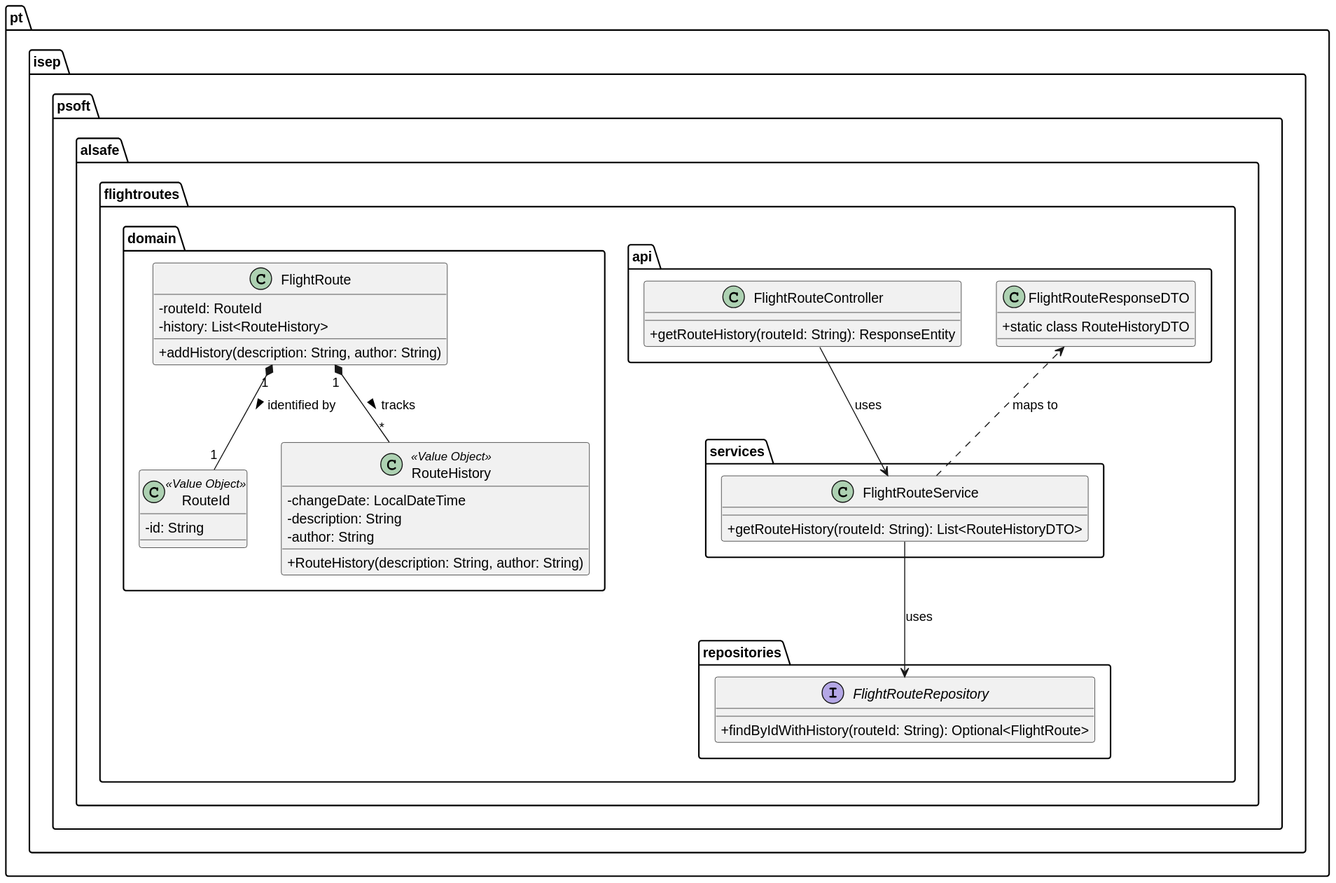
This is docs/use-cases/WP#3A/US111/svg/US111-CD.svg from Andre-1240567/psoft2026_2DB_1240567_1241013_1240624, a PlantUML export, as it was before one commit.
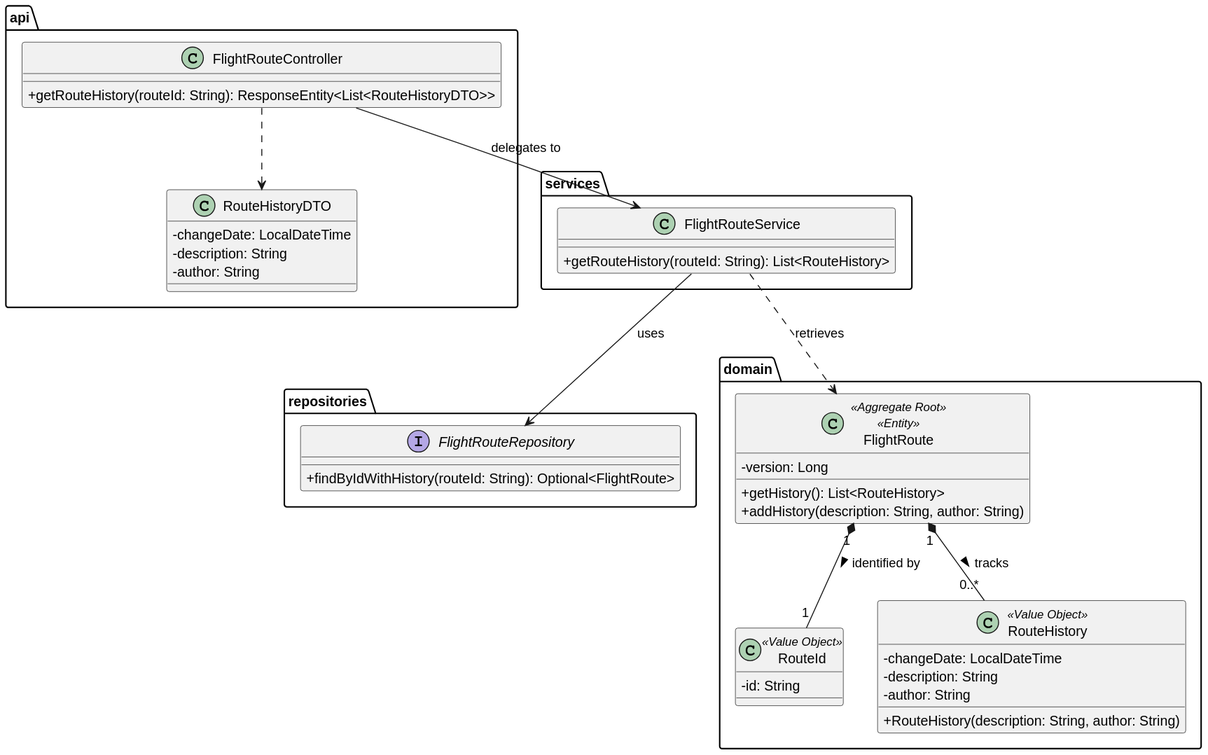
Later version of the same file.

The edit, as a diff of the source:
```diff
@@ -1,31 +1,33 @@
 @startuml
 skinparam classAttributeIconSize 0
 
-package "pt.isep.psoft.alsafe.flightroutes.api" {
+package "api" {
     class FlightRouteController {
-        + getRouteHistory(routeId: String): ResponseEntity
+        + getRouteHistory(routeId: String): ResponseEntity<List<RouteHistoryDTO>>
     }
-    class FlightRouteResponseDTO {
-        + static class RouteHistoryDTO
+    class RouteHistoryDTO {
+        - changeDate: LocalDateTime
+        - description: String
+        - author: String
     }
 }
 
-package "pt.isep.psoft.alsafe.flightroutes.services" {
+package "services" {
     class FlightRouteService {
-        + getRouteHistory(routeId: String): List<RouteHistoryDTO>
+        + getRouteHistory(routeId: String): List<RouteHistory>
     }
 }
 
-package "pt.isep.psoft.alsafe.flightroutes.repositories" {
+package "repositories" {
     interface FlightRouteRepository {
         + findByIdWithHistory(routeId: String): Optional<FlightRoute>
     }
 }
 
-package "pt.isep.psoft.alsafe.flightroutes.domain" {
-    class FlightRoute {
-        - routeId: RouteId
-        - history: List<RouteHistory>
+package "domain" {
+    class FlightRoute <<Aggregate Root>> <<Entity>> {
+        - version: Long
+        + getHistory(): List<RouteHistory>
         + addHistory(description: String, author: String)
     }
 
@@ -41,9 +43,10 @@
     }
 }
 
-FlightRouteController --> FlightRouteService : uses
+FlightRouteController ..> RouteHistoryDTO
+FlightRouteController --> FlightRouteService : delegates to
 FlightRouteService --> FlightRouteRepository : uses
-FlightRouteService ..> FlightRouteResponseDTO : maps to
+FlightRouteService ..> FlightRoute : retrieves
 FlightRoute "1" *-- "1" RouteId : identified by >
-FlightRoute "1" *-- "*" RouteHistory : tracks >
+FlightRoute "1" *-- "0..*" RouteHistory : tracks >
 @enduml
```
